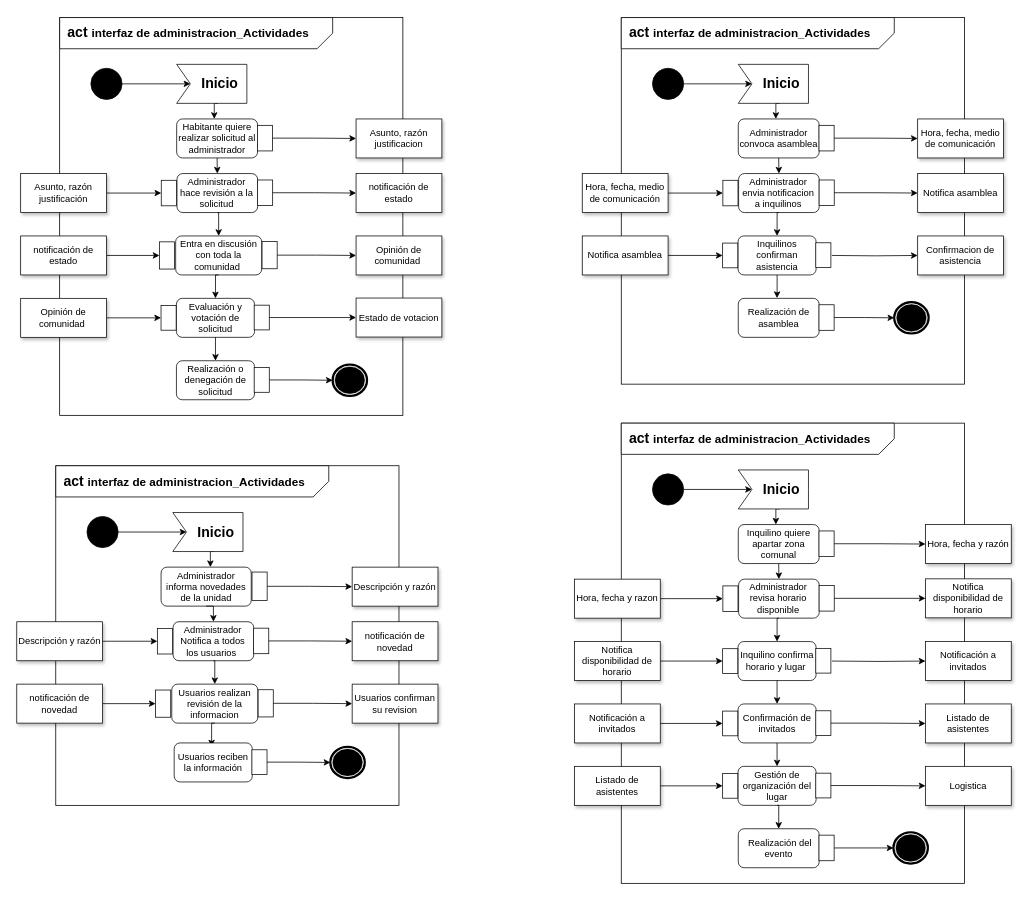
This is Untitled Diagram.drawio from mnivia/Administracion-unidades-cerradas, a draw.io file, before an edit. Source tidied: cells renumbered, new cells numbered last; positions are measured from the earlier drawing's top-left corner, leaving out a move shared by most shapes. Both pictures are drawn from the tidied source at 78%, with x=0, y=0 at pixel (16, 17).
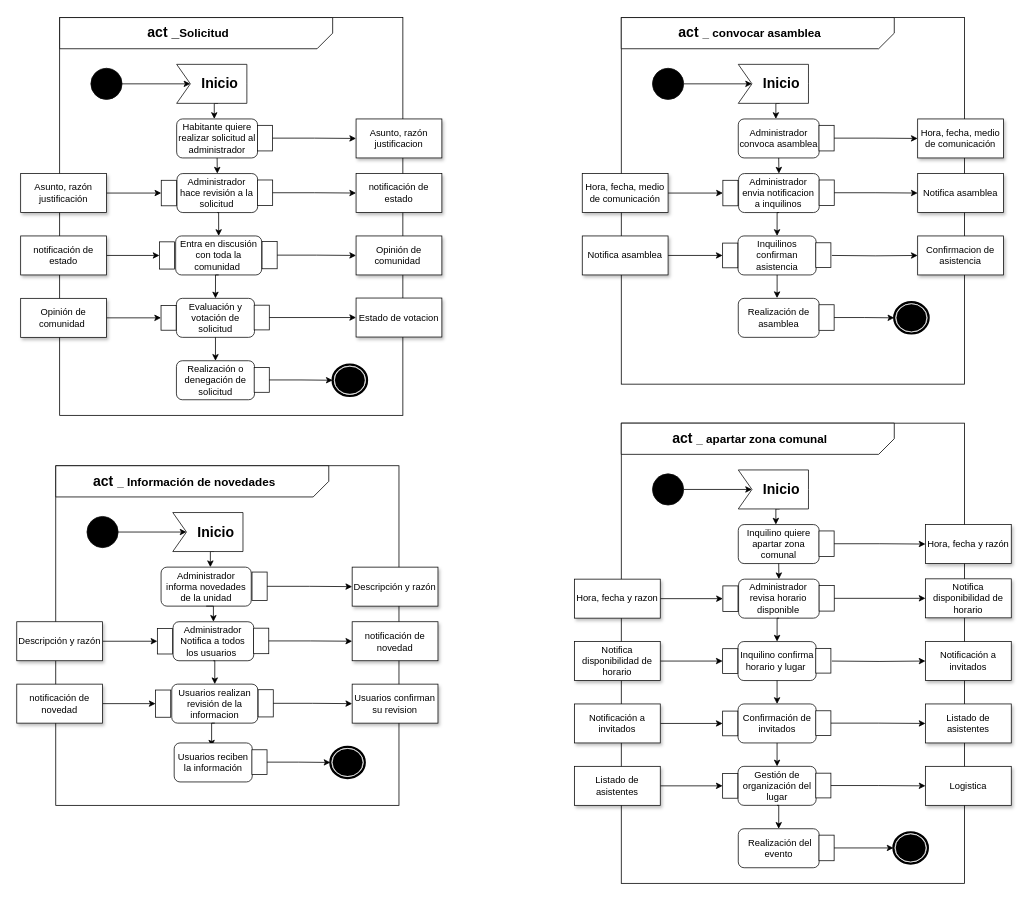
Above is the later version.

What changed in the source:
```diff
@@
-    <mxCell id="4" value="&lt;h2&gt;act&lt;b&gt;&amp;nbsp;&lt;/b&gt;&lt;span style=&quot;font-size: 15px ; text-align: left&quot;&gt;interfaz de administracion_Actividades&lt;/span&gt;&lt;/h2&gt;" style="text;html=1;strokeColor=none;fillColor=none;align=center;verticalAlign=middle;whiteSpace=wrap;rounded=0;" parent="1" vertex="1">
+    <mxCell id="4" value="&lt;h2 style=&quot;text-align: left&quot;&gt;act&lt;b&gt;&amp;nbsp;&lt;span style=&quot;font-size: 15px&quot;&gt;_ convocar asamblea&lt;/span&gt;&lt;/b&gt;&lt;/h2&gt;" style="text;html=1;strokeColor=none;fillColor=none;align=center;verticalAlign=middle;whiteSpace=wrap;rounded=0;" parent="1" vertex="1">
       <mxGeometry x="775" y="10" width="330" height="20" as="geometry" />
     </mxCell>
@@
-    <mxCell id="42" value="&lt;h2&gt;act&lt;b&gt;&amp;nbsp;&lt;/b&gt;&lt;span style=&quot;font-size: 15px ; text-align: left&quot;&gt;interfaz de administracion_Actividades&lt;/span&gt;&lt;/h2&gt;" style="text;html=1;strokeColor=none;fillColor=none;align=center;verticalAlign=middle;whiteSpace=wrap;rounded=0;" parent="1" vertex="1">
+    <mxCell id="42" value="&lt;h2 style=&quot;text-align: left&quot;&gt;act&lt;b&gt;&amp;nbsp;&lt;span style=&quot;font-size: 15px&quot;&gt;_ apartar zona comunal&lt;/span&gt;&lt;/b&gt;&lt;/h2&gt;" style="text;html=1;strokeColor=none;fillColor=none;align=center;verticalAlign=middle;whiteSpace=wrap;rounded=0;" parent="1" vertex="1">
       <mxGeometry x="775" y="530" width="330" height="20" as="geometry" />
     </mxCell>
@@
-    <mxCell id="100" value="&lt;h2&gt;act&lt;b&gt;&amp;nbsp;&lt;/b&gt;&lt;span style=&quot;font-size: 15px ; text-align: left&quot;&gt;interfaz de administracion_Actividades&lt;/span&gt;&lt;/h2&gt;" style="text;html=1;strokeColor=none;fillColor=none;align=center;verticalAlign=middle;whiteSpace=wrap;rounded=0;" parent="1" vertex="1">
+    <mxCell id="100" value="&lt;h2 style=&quot;text-align: left&quot;&gt;act&lt;b&gt;&amp;nbsp;_&lt;span style=&quot;font-size: 15px&quot;&gt;Solicitud&lt;/span&gt;&lt;/b&gt;&lt;/h2&gt;" style="text;html=1;strokeColor=none;fillColor=none;align=center;verticalAlign=middle;whiteSpace=wrap;rounded=0;" parent="1" vertex="1">
       <mxGeometry x="55" y="10" width="330" height="20" as="geometry" />
     </mxCell>
@@
-    <mxCell id="149" value="&lt;h2&gt;act&lt;b&gt;&amp;nbsp;&lt;/b&gt;&lt;span style=&quot;font-size: 15px ; text-align: left&quot;&gt;interfaz de administracion_Actividades&lt;/span&gt;&lt;/h2&gt;" style="text;html=1;strokeColor=none;fillColor=none;align=center;verticalAlign=middle;whiteSpace=wrap;rounded=0;" parent="1" vertex="1">
+    <mxCell id="149" value="&lt;h2 style=&quot;text-align: left&quot;&gt;act&amp;nbsp;&lt;span style=&quot;font-size: 15px&quot;&gt;_ Información&amp;nbsp;de novedades&lt;/span&gt;&lt;/h2&gt;" style="text;html=1;strokeColor=none;fillColor=none;align=center;verticalAlign=middle;whiteSpace=wrap;rounded=0;" parent="1" vertex="1">
       <mxGeometry x="50" y="584.6" width="330" height="20" as="geometry" />
     </mxCell>
```
